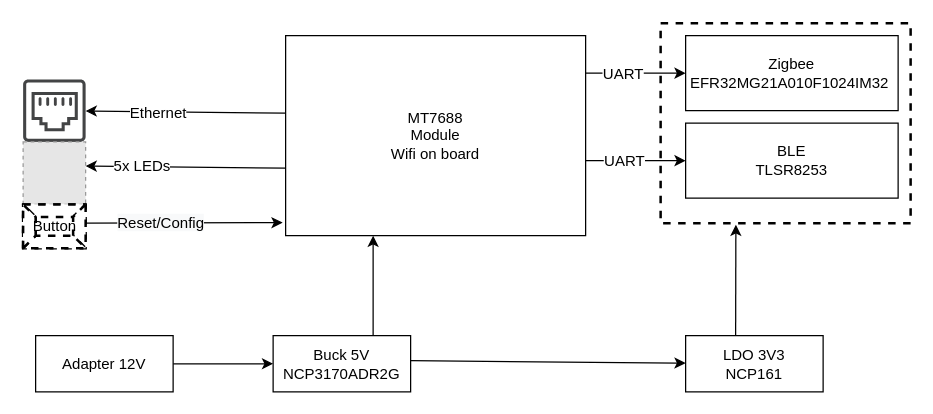
Above: page "HC" (1 of 5) of RD_GW.drawio in anhvanthe/01_my_drawio (draw.io), before the change. Source tidied: cells renumbered, new cells numbered last; positions are measured from the earlier drawing's top-left corner, leaving out a move shared by most shapes. Both pictures are drawn from the tidied source at 125%, with x=0, y=0 at pixel (22, 22). Pictures stored in the file or linked from it are replaced by grey dashed boxes.
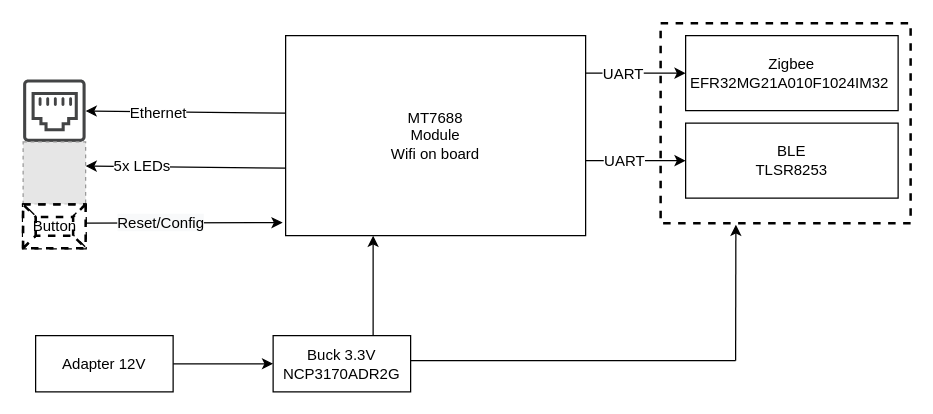
The same diagram, later.

The change refers to these unchanged cells:
```xml
<mxCell id="2" style="rounded=0;whiteSpace=wrap;html=1;glass=0;dashed=1;strokeWidth=2;" parent="1" vertex="1">
  <mxGeometry x="510" width="200" height="160" as="geometry" />
</mxCell>
```

What changed in the source:
```diff
@@
-    <mxCell id="6" value="Buck 5V&lt;br&gt;NCP3170ADR2G" style="rounded=0;whiteSpace=wrap;html=1;" parent="1" vertex="1">
+    <mxCell id="6" value="Buck 3.3V&lt;br&gt;NCP3170ADR2G" style="rounded=0;whiteSpace=wrap;html=1;" parent="1" vertex="1">
       <mxGeometry x="200" y="250" width="110" height="45" as="geometry" />
     </mxCell>
@@
-    <mxCell id="14" value="LDO 3V3&lt;br&gt;NCP161" style="rounded=0;whiteSpace=wrap;html=1;" parent="1" vertex="1">
-      <mxGeometry x="530" y="250" width="110" height="45" as="geometry" />
-    </mxCell>
-    <mxCell id="15" style="endArrow=classic;html=1;" parent="1" edge="1" target="14">
-      <mxGeometry relative="1" as="geometry">
-        <mxPoint x="310" y="270" as="sourcePoint" />
-      </mxGeometry>
-    </mxCell>
     <mxCell id="16" style="endArrow=classic;html=1;entryX=0.301;entryY=1.008;entryDx=0;entryDy=0;entryPerimeter=0;" parent="1" edge="1" target="2">
       <mxGeometry relative="1" as="geometry">
-        <mxPoint x="570" y="250" as="sourcePoint" />
+        <mxPoint x="570" y="270" as="sourcePoint" />
       </mxGeometry>
     </mxCell>
@@
+    <mxCell id="26" style="endArrow=none;html=1;" parent="1" edge="1">
+      <mxGeometry relative="1" as="geometry">
+        <mxPoint x="310" y="270" as="sourcePoint" />
+        <mxPoint x="570" y="270" as="targetPoint" />
+      </mxGeometry>
+    </mxCell>
```
